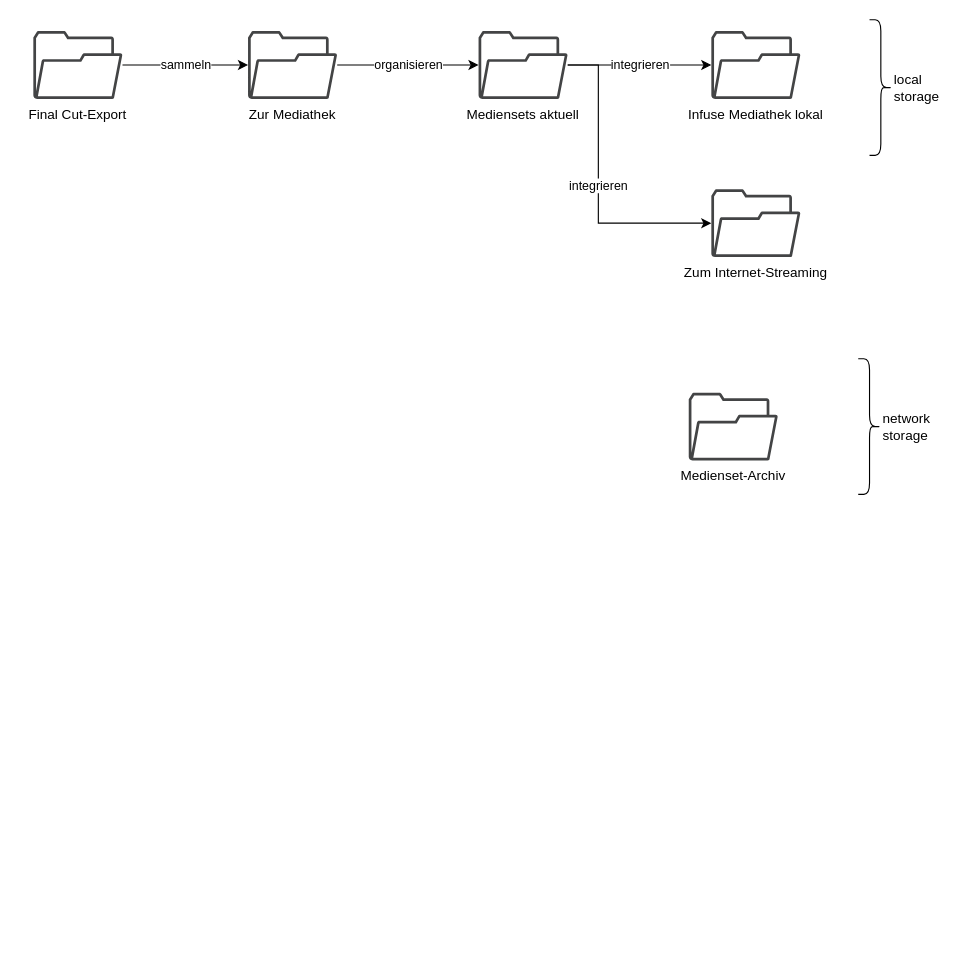
Above: docs/DataFlow.drawio in kurmann/videoschnitt (draw.io), before the change. Source tidied: cells renumbered, new cells numbered last; positions are measured from the earlier drawing's top-left corner, leaving out a move shared by most shapes. Both pictures are drawn from the tidied source at 113%, with x=0, y=0 at pixel (33, 19).
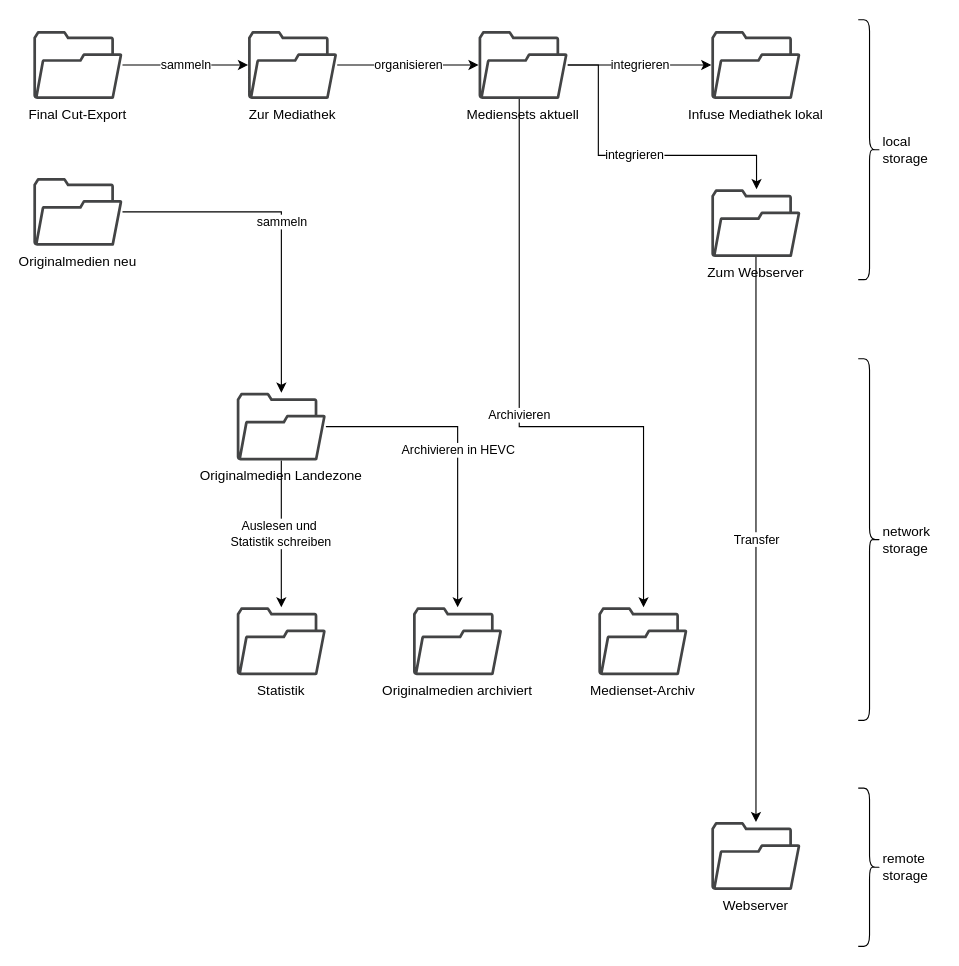
Above is the later version.

Unchanged cells that the change refers to:
```xml
<mxCell id="8" value="Mediensets aktuell" style="shadow=0;dashed=0;html=1;strokeColor=none;fillColor=#434445;labelPosition=center;verticalLabelPosition=bottom;verticalAlign=top;align=center;outlineConnect=0;shape=mxgraph.vvd.folder;" parent="1" vertex="1">
  <mxGeometry x="394" y="10" width="78.9" height="60" as="geometry" />
</mxCell>
```

Diff of the diagram source:
```diff
@@
     <mxCell id="7" value="integrieren" style="edgeStyle=orthogonalEdgeStyle;rounded=0;jettySize=auto;html=1;" parent="1" edge="1" source="8" target="13">
       <mxGeometry relative="1" as="geometry">
         <Array as="points">
           <mxPoint x="500" y="40" />
-          <mxPoint x="500" y="180" />
+          <mxPoint x="500" y="120" />
+          <mxPoint x="640" y="120" />
         </Array>
       </mxGeometry>
     </mxCell>
+    <mxCell id="14" value="Archivieren" style="edgeStyle=orthogonalEdgeStyle;rounded=0;jettySize=auto;html=1;" parent="1" edge="1" source="8" target="11">
+      <mxGeometry relative="1" as="geometry">
+        <Array as="points">
+          <mxPoint x="430" y="360" />
+          <mxPoint x="540" y="360" />
+        </Array>
+      </mxGeometry>
+    </mxCell>
@@
     <mxCell id="9" value="network storage" style="shape=curlyBracket;whiteSpace=wrap;html=1;rounded=1;flipH=1;labelPosition=right;verticalLabelPosition=middle;align=left;verticalAlign=middle;" parent="1" vertex="1">
-      <mxGeometry x="730" y="300" width="20" height="120" as="geometry" />
+      <mxGeometry x="730" y="300" width="20" height="320" as="geometry" />
     </mxCell>
     <mxCell id="10" value="local storage" style="shape=curlyBracket;whiteSpace=wrap;html=1;rounded=1;flipH=1;labelPosition=right;verticalLabelPosition=middle;align=left;verticalAlign=middle;" parent="1" vertex="1">
-      <mxGeometry x="740" width="20" height="120" as="geometry" />
+      <mxGeometry x="730" width="20" height="230" as="geometry" />
     </mxCell>
     <mxCell id="11" value="Medienset-Archiv" style="shadow=0;dashed=0;html=1;strokeColor=none;fillColor=#434445;labelPosition=center;verticalLabelPosition=bottom;verticalAlign=top;align=center;outlineConnect=0;shape=mxgraph.vvd.folder;" parent="1" vertex="1">
-      <mxGeometry x="580" y="330" width="78.9" height="60" as="geometry" />
+      <mxGeometry x="500" y="520" width="78.9" height="60" as="geometry" />
     </mxCell>
@@
+    <mxCell id="15" value="Transfer" style="edgeStyle=orthogonalEdgeStyle;rounded=0;jettySize=auto;html=1;" parent="1" edge="1" source="13" target="16">
+      <mxGeometry relative="1" as="geometry">
+        <Array as="points">
+          <mxPoint x="639" y="470" />
+          <mxPoint x="639" y="470" />
+        </Array>
+      </mxGeometry>
+    </mxCell>
-    <mxCell id="13" value="Zum Internet-Streaming" style="shadow=0;dashed=0;html=1;strokeColor=none;fillColor=#434445;labelPosition=center;verticalLabelPosition=bottom;verticalAlign=top;align=center;outlineConnect=0;shape=mxgraph.vvd.folder;" parent="1" vertex="1">
+    <mxCell id="13" value="Zum Webserver" style="shadow=0;dashed=0;html=1;strokeColor=none;fillColor=#434445;labelPosition=center;verticalLabelPosition=bottom;verticalAlign=top;align=center;outlineConnect=0;shape=mxgraph.vvd.folder;" parent="1" vertex="1">
       <mxGeometry x="600" y="150" width="78.9" height="60" as="geometry" />
     </mxCell>
+    <mxCell id="16" value="Webserver" style="shadow=0;dashed=0;html=1;strokeColor=none;fillColor=#434445;labelPosition=center;verticalLabelPosition=bottom;verticalAlign=top;align=center;outlineConnect=0;shape=mxgraph.vvd.folder;" parent="1" vertex="1">
+      <mxGeometry x="600" y="710" width="78.9" height="60" as="geometry" />
+    </mxCell>
+    <mxCell id="17" value="remote storage" style="shape=curlyBracket;whiteSpace=wrap;html=1;rounded=1;flipH=1;labelPosition=right;verticalLabelPosition=middle;align=left;verticalAlign=middle;" parent="1" vertex="1">
+      <mxGeometry x="730" y="680" width="20" height="140" as="geometry" />
+    </mxCell>
+    <mxCell id="18" value="Auslesen und&amp;nbsp;&lt;div&gt;Statistik schreiben&lt;/div&gt;" style="edgeStyle=orthogonalEdgeStyle;rounded=0;jettySize=auto;html=1;" parent="1" edge="1" source="20" target="21">
+      <mxGeometry relative="1" as="geometry" />
+    </mxCell>
+    <mxCell id="19" value="Archivieren in HEVC" style="edgeStyle=orthogonalEdgeStyle;rounded=0;jettySize=auto;html=1;" parent="1" edge="1" source="20" target="22">
+      <mxGeometry relative="1" as="geometry" />
+    </mxCell>
+    <mxCell id="20" value="Originalmedien Landezone" style="shadow=0;dashed=0;html=1;strokeColor=none;fillColor=#434445;labelPosition=center;verticalLabelPosition=bottom;verticalAlign=top;align=center;outlineConnect=0;shape=mxgraph.vvd.folder;" parent="1" vertex="1">
+      <mxGeometry x="180" y="330" width="78.9" height="60" as="geometry" />
+    </mxCell>
+    <mxCell id="21" value="Statistik" style="shadow=0;dashed=0;html=1;strokeColor=none;fillColor=#434445;labelPosition=center;verticalLabelPosition=bottom;verticalAlign=top;align=center;outlineConnect=0;shape=mxgraph.vvd.folder;" parent="1" vertex="1">
+      <mxGeometry x="180" y="520" width="78.9" height="60" as="geometry" />
+    </mxCell>
+    <mxCell id="22" value="Originalmedien archiviert" style="shadow=0;dashed=0;html=1;strokeColor=none;fillColor=#434445;labelPosition=center;verticalLabelPosition=bottom;verticalAlign=top;align=center;outlineConnect=0;shape=mxgraph.vvd.folder;" parent="1" vertex="1">
+      <mxGeometry x="336" y="520" width="78.9" height="60" as="geometry" />
+    </mxCell>
+    <mxCell id="23" value="sammeln" style="edgeStyle=orthogonalEdgeStyle;rounded=0;jettySize=auto;html=1;" parent="1" edge="1" source="24" target="20">
+      <mxGeometry relative="1" as="geometry" />
+    </mxCell>
+    <mxCell id="24" value="Originalmedien neu" style="shadow=0;dashed=0;html=1;strokeColor=none;fillColor=#434445;labelPosition=center;verticalLabelPosition=bottom;verticalAlign=top;align=center;outlineConnect=0;shape=mxgraph.vvd.folder;" parent="1" vertex="1">
+      <mxGeometry y="140" width="78.9" height="60" as="geometry" />
+    </mxCell>
```
